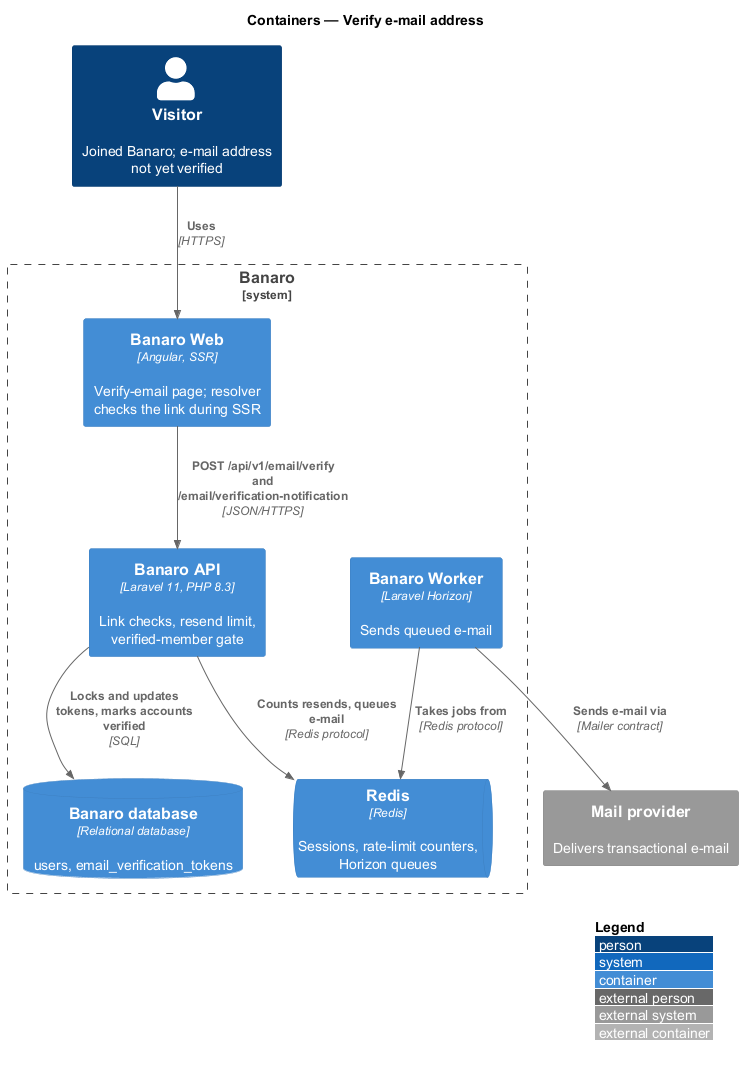
The PlantUML diagram docs/detailed-designs/identity/verify-email/diagrams/c4-container.png in QuinntyneBrown/banaro, before a commit.
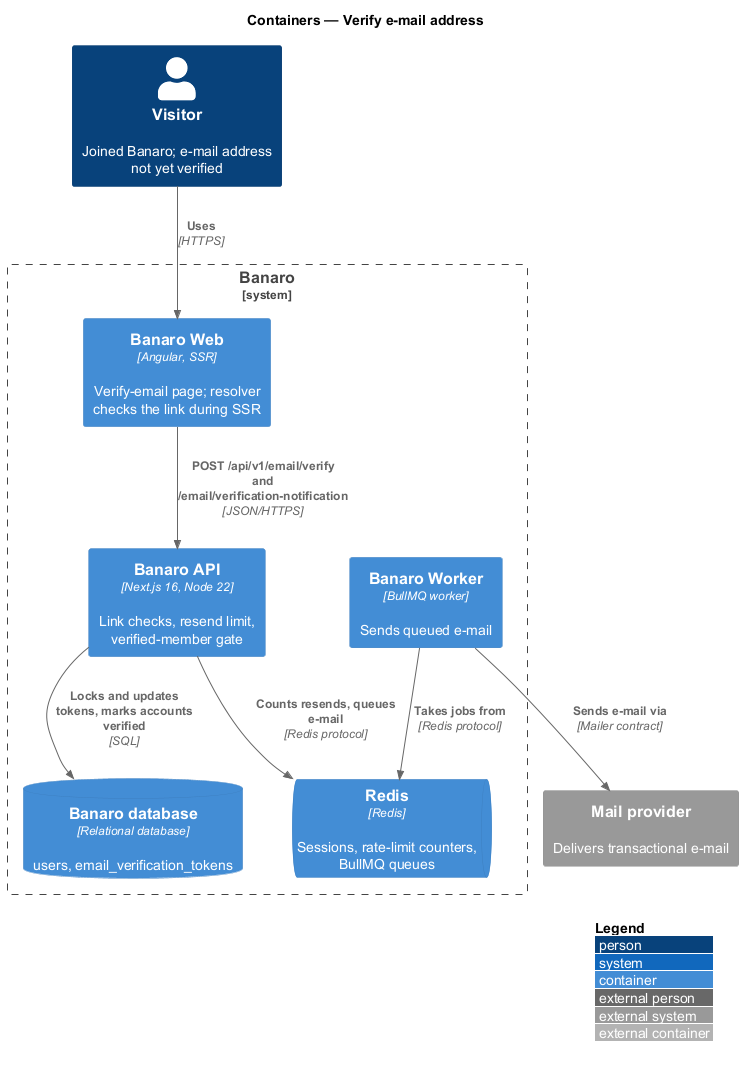
Above is the later version.

Change to the diagram source:
```diff
@@ -8,10 +8,10 @@
 
 System_Boundary(banaro, "Banaro") {
   Container(web, "Banaro Web", "Angular, SSR", "Verify-email page; resolver checks the link during SSR")
-  Container(api, "Banaro API", "Laravel 11, PHP 8.3", "Link checks, resend limit, verified-member gate")
-  Container(worker, "Banaro Worker", "Laravel Horizon", "Sends queued e-mail")
+  Container(api, "Banaro API", "Next.js 16, Node 22", "Link checks, resend limit, verified-member gate")
+  Container(worker, "Banaro Worker", "BullMQ worker", "Sends queued e-mail")
   ContainerDb(db, "Banaro database", "Relational database", "users, email_verification_tokens")
-  ContainerQueue(redis, "Redis", "Redis", "Sessions, rate-limit counters, Horizon queues")
+  ContainerQueue(redis, "Redis", "Redis", "Sessions, rate-limit counters, BullMQ queues")
 }
 
 Rel(visitor, web, "Uses", "HTTPS")
```
